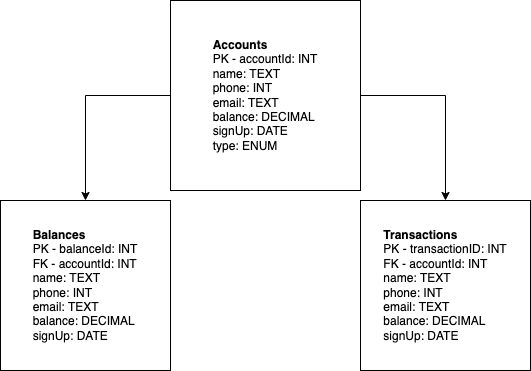
The draw.io diagram Entity-diagram.png in ReeceKidd/bank-accounts-application, before a commit. Source tidied: cells renumbered, new cells last; positions are measured from the earlier drawing's top-left corner, leaving out a move shared by most shapes.
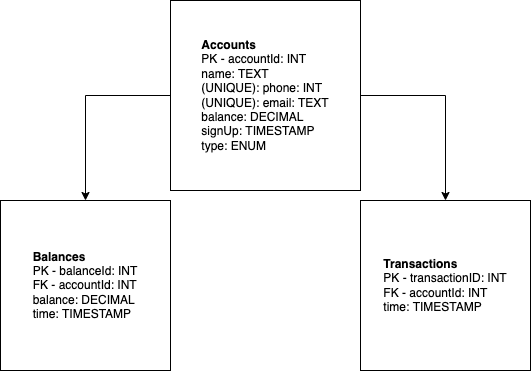
After the change.

Commit message:
chore: update entity diagram

What changed in the source:
```diff
@@ -8,13 +8,13 @@
     <mxCell id="3" style="edgeStyle=orthogonalEdgeStyle;rounded=0;jettySize=auto;html=1;exitX=0;exitY=0.5;exitDx=0;exitDy=0;entryX=0.5;entryY=0;entryDx=0;entryDy=0;" parent="1" edge="1" source="4" target="5">
       <mxGeometry relative="1" as="geometry" />
     </mxCell>
-    <mxCell id="4" value="&lt;div style=&quot;text-align: left&quot;&gt;&lt;span&gt;&lt;b&gt;Accounts&lt;/b&gt;&lt;/span&gt;&lt;/div&gt;&lt;div style=&quot;text-align: left&quot;&gt;&lt;span&gt;PK - accountId: INT&lt;/span&gt;&lt;/div&gt;&lt;div style=&quot;text-align: left&quot;&gt;&lt;span&gt;name: TEXT&lt;/span&gt;&lt;/div&gt;&lt;div style=&quot;text-align: left&quot;&gt;&lt;span&gt;phone: INT&lt;/span&gt;&lt;/div&gt;&lt;div style=&quot;text-align: left&quot;&gt;&lt;span&gt;email: TEXT&lt;/span&gt;&lt;/div&gt;&lt;div style=&quot;text-align: left&quot;&gt;&lt;span&gt;balance: DECIMAL&lt;/span&gt;&lt;/div&gt;&lt;div style=&quot;text-align: left&quot;&gt;&lt;span&gt;signUp: DATE&lt;/span&gt;&lt;/div&gt;&lt;div style=&quot;text-align: left&quot;&gt;&lt;span&gt;type: ENUM&lt;/span&gt;&lt;/div&gt;" style="whiteSpace=wrap;html=1;align=center;" parent="1" vertex="1">
+    <mxCell id="4" value="&lt;div style=&quot;text-align: left&quot;&gt;&lt;span&gt;&lt;b&gt;Accounts&lt;/b&gt;&lt;/span&gt;&lt;/div&gt;&lt;div style=&quot;text-align: left&quot;&gt;&lt;span&gt;PK - accountId: INT&lt;/span&gt;&lt;/div&gt;&lt;div style=&quot;text-align: left&quot;&gt;&lt;span&gt;name: TEXT&lt;/span&gt;&lt;/div&gt;&lt;div style=&quot;text-align: left&quot;&gt;&lt;span&gt;(UNIQUE): phone: INT&lt;/span&gt;&lt;/div&gt;&lt;div style=&quot;text-align: left&quot;&gt;&lt;span&gt;(UNIQUE): email: TEXT&lt;/span&gt;&lt;/div&gt;&lt;div style=&quot;text-align: left&quot;&gt;&lt;span&gt;balance: DECIMAL&lt;/span&gt;&lt;/div&gt;&lt;div style=&quot;text-align: left&quot;&gt;&lt;span&gt;signUp: TIMESTAMP&lt;/span&gt;&lt;/div&gt;&lt;div style=&quot;text-align: left&quot;&gt;&lt;span&gt;type: ENUM&lt;/span&gt;&lt;/div&gt;" style="whiteSpace=wrap;html=1;align=center;" parent="1" vertex="1">
       <mxGeometry x="170" width="190" height="190" as="geometry" />
     </mxCell>
-    <mxCell id="5" value="&lt;div style=&quot;text-align: left&quot;&gt;&lt;b&gt;Balances&lt;/b&gt;&lt;/div&gt;&lt;div style=&quot;text-align: left&quot;&gt;&lt;span&gt;PK - balanceId: INT&lt;/span&gt;&lt;/div&gt;&lt;div style=&quot;text-align: left&quot;&gt;&lt;span&gt;FK - accountId: INT&lt;/span&gt;&lt;/div&gt;&lt;div style=&quot;text-align: left&quot;&gt;&lt;span&gt;name: TEXT&lt;/span&gt;&lt;/div&gt;&lt;div style=&quot;text-align: left&quot;&gt;&lt;span&gt;phone: INT&lt;/span&gt;&lt;/div&gt;&lt;div style=&quot;text-align: left&quot;&gt;&lt;span&gt;email: TEXT&lt;/span&gt;&lt;/div&gt;&lt;div style=&quot;text-align: left&quot;&gt;&lt;span&gt;balance: DECIMAL&lt;/span&gt;&lt;/div&gt;&lt;div style=&quot;text-align: left&quot;&gt;&lt;span&gt;signUp: DATE&lt;/span&gt;&lt;/div&gt;" style="whiteSpace=wrap;html=1;align=center;" parent="1" vertex="1">
+    <mxCell id="5" value="&lt;div style=&quot;text-align: left&quot;&gt;&lt;b&gt;Balances&lt;/b&gt;&lt;/div&gt;&lt;div style=&quot;text-align: left&quot;&gt;&lt;span&gt;PK - balanceId: INT&lt;/span&gt;&lt;/div&gt;&lt;div style=&quot;text-align: left&quot;&gt;&lt;span&gt;FK - accountId: INT&lt;/span&gt;&lt;/div&gt;&lt;div style=&quot;text-align: left&quot;&gt;&lt;span&gt;balance: DECIMAL&lt;/span&gt;&lt;/div&gt;&lt;div style=&quot;text-align: left&quot;&gt;time: TIMESTAMP&lt;/div&gt;" style="whiteSpace=wrap;html=1;align=center;" parent="1" vertex="1">
       <mxGeometry y="200" width="170" height="170" as="geometry" />
     </mxCell>
-    <mxCell id="6" value="&lt;div style=&quot;text-align: left&quot;&gt;&lt;b&gt;Transactions&lt;/b&gt;&lt;/div&gt;&lt;div style=&quot;text-align: left&quot;&gt;PK - transactionID: INT&lt;/div&gt;&lt;div style=&quot;text-align: left&quot;&gt;&lt;span&gt;FK - accountId: INT&lt;/span&gt;&lt;/div&gt;&lt;div style=&quot;text-align: left&quot;&gt;&lt;span&gt;name: TEXT&lt;/span&gt;&lt;/div&gt;&lt;div style=&quot;text-align: left&quot;&gt;&lt;span&gt;phone: INT&lt;/span&gt;&lt;/div&gt;&lt;div style=&quot;text-align: left&quot;&gt;&lt;span&gt;email: TEXT&lt;/span&gt;&lt;/div&gt;&lt;div style=&quot;text-align: left&quot;&gt;&lt;span&gt;balance: DECIMAL&lt;/span&gt;&lt;/div&gt;&lt;div style=&quot;text-align: left&quot;&gt;&lt;span&gt;signUp: DATE&lt;/span&gt;&lt;/div&gt;" style="whiteSpace=wrap;html=1;align=center;" parent="1" vertex="1">
+    <mxCell id="6" value="&lt;div style=&quot;text-align: left&quot;&gt;&lt;b&gt;Transactions&lt;/b&gt;&lt;/div&gt;&lt;div style=&quot;text-align: left&quot;&gt;PK - transactionID: INT&lt;/div&gt;&lt;div style=&quot;text-align: left&quot;&gt;&lt;span&gt;FK - accountId: INT&lt;/span&gt;&lt;/div&gt;&lt;div style=&quot;text-align: left&quot;&gt;time: TIMESTAMP&lt;/div&gt;" style="whiteSpace=wrap;html=1;align=center;" parent="1" vertex="1">
       <mxGeometry x="360" y="200" width="170" height="170" as="geometry" />
     </mxCell>
   </root>
```
